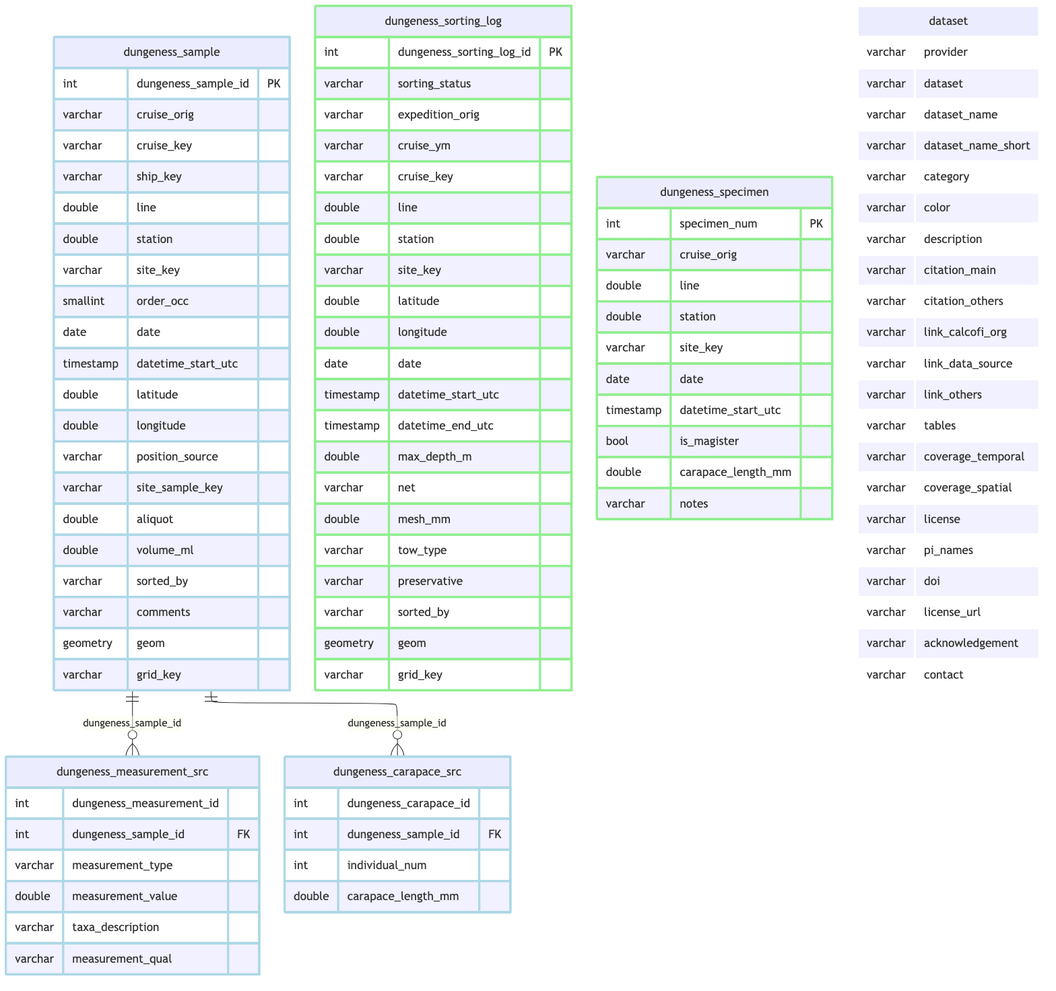
Before: _output/ingest_cdfw_dungeness-crab_files/figure-html/schema-1.png, a diagram exported from Mermaid (CalCOFI/workflows). Its source is kept beside it as _output/ingest_cdfw_dungeness-crab_files/figure-html/schema-1.mmd.
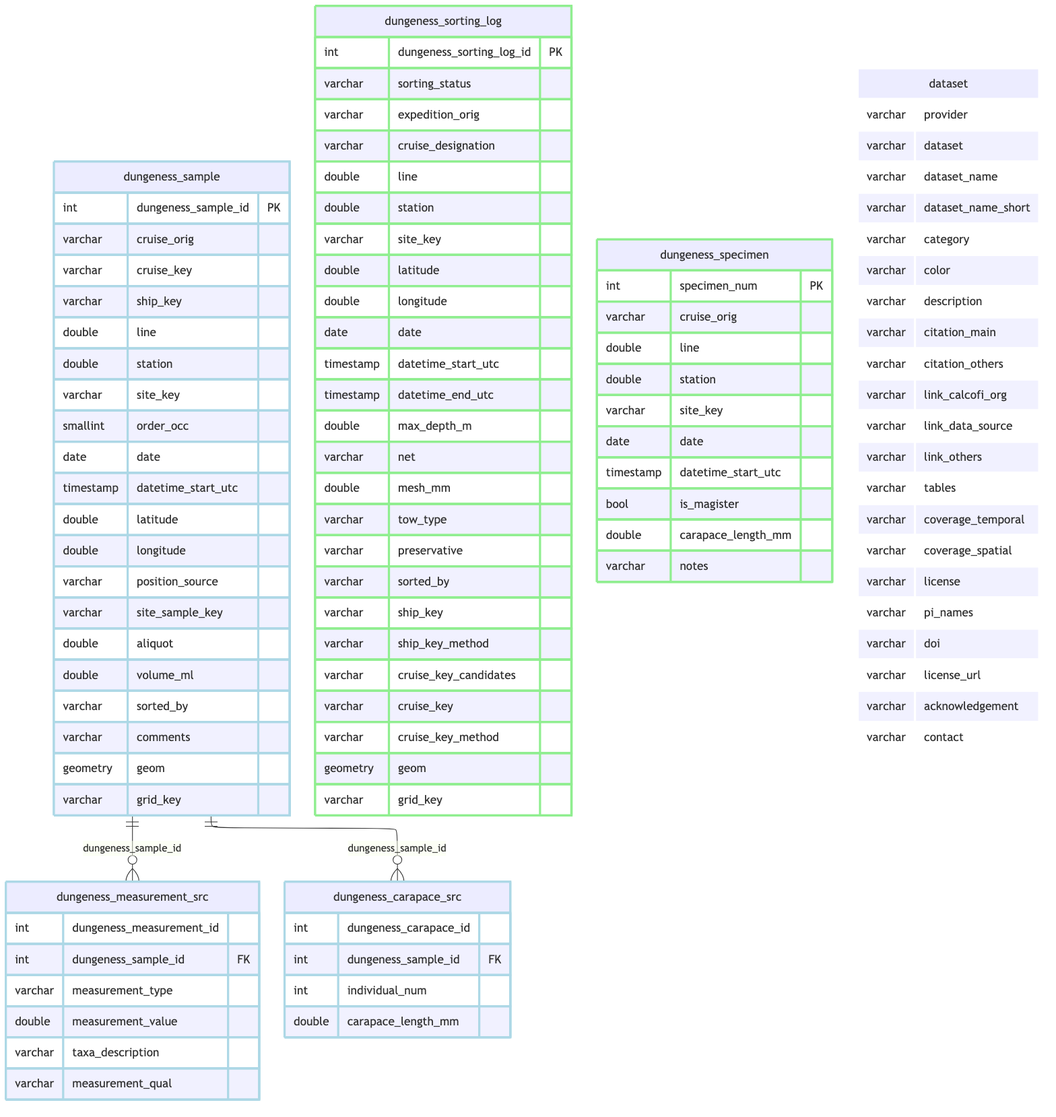
After the change.

Diff of the diagram source:
```diff
@@ -43,8 +43,7 @@
         int dungeness_sorting_log_id PK
         varchar sorting_status
         varchar expedition_orig
-        varchar cruise_ym
-        varchar cruise_key
+        varchar cruise_designation
         double line
         double station
         varchar site_key
@@ -59,6 +58,11 @@
         varchar tow_type
         varchar preservative
         varchar sorted_by
+        varchar ship_key
+        varchar ship_key_method
+        varchar cruise_key_candidates
+        varchar cruise_key
+        varchar cruise_key_method
         geometry geom
         varchar grid_key
     }
```
